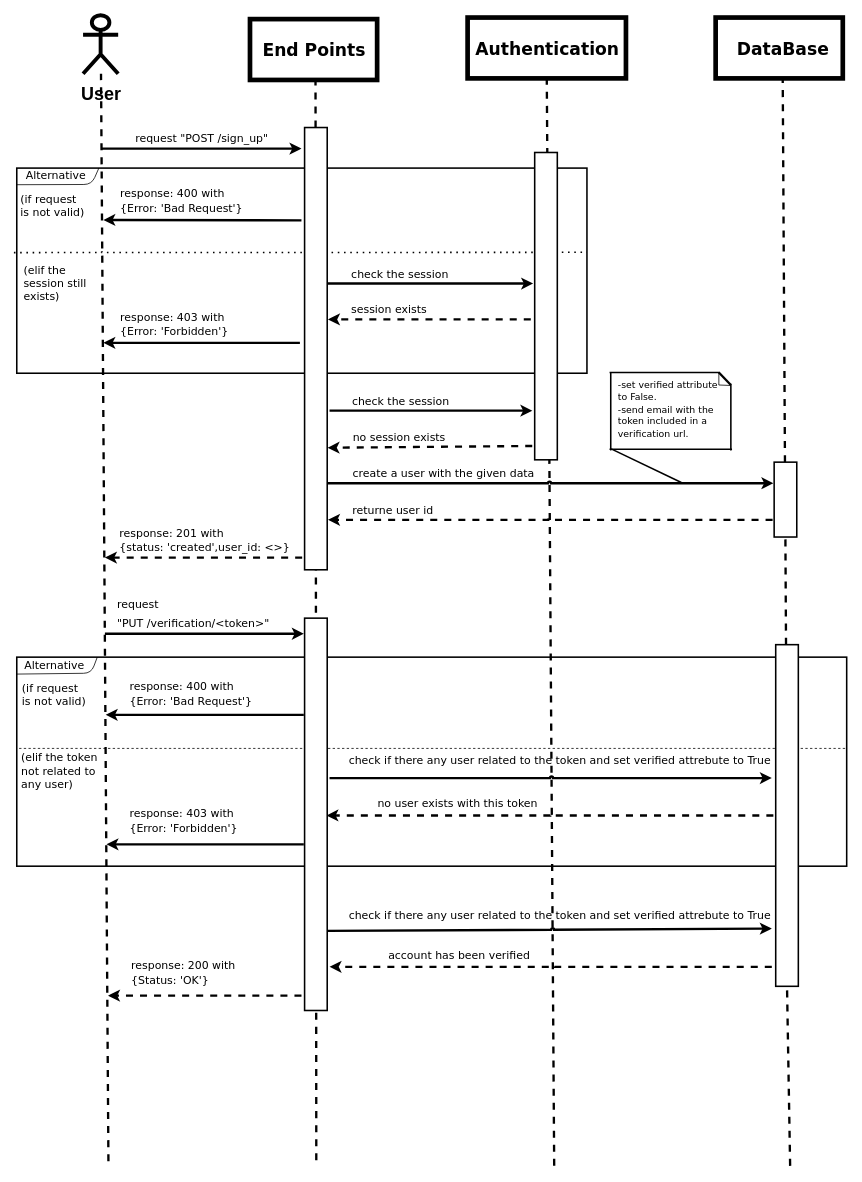
Before: UML/sequence_diaram/diagram.dio in Kolapo-code/Booker, a draw.io diagram. Source tidied: cells renumbered, new cells numbered last; positions are measured from the earlier drawing's top-left corner, leaving out a move shared by most shapes. Both pictures are drawn from the tidied source at 78%, with x=0, y=0 at pixel (16, 15).
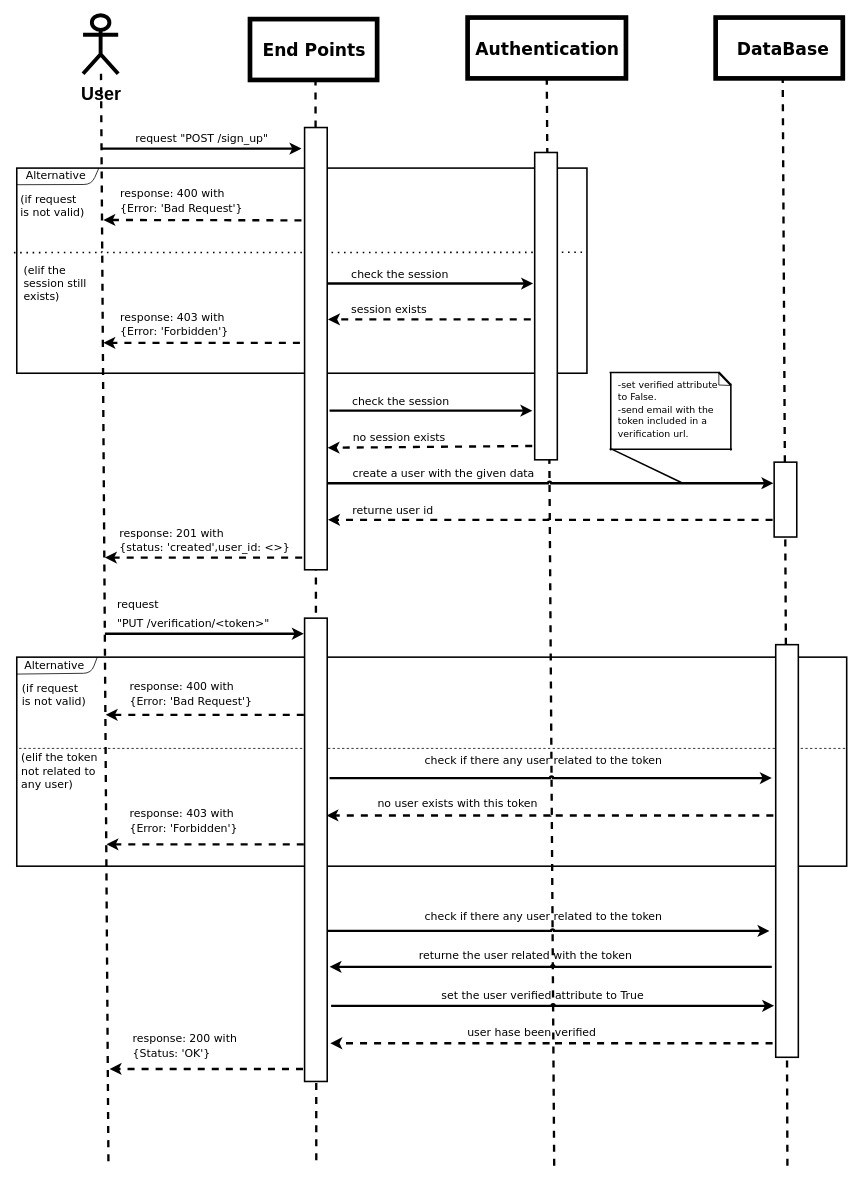
The same diagram, later.

Commit message (it also covers changes not shown here):
add additional descriptions

Unchanged cells that the change refers to:
```xml
<mxCell id="35" style="rounded=0;whiteSpace=wrap;html=1;strokeColor=#000000;strokeWidth=2;fontFamily=Verdana;fontSize=14;fontColor=#000000;fillColor=#FFFFFF;" parent="1" vertex="1">
  <mxGeometry x="664" y="176" width="29" height="394" as="geometry" />
</mxCell>
<mxCell id="43" style="rounded=0;whiteSpace=wrap;html=1;strokeColor=#000000;strokeWidth=2;fontFamily=Verdana;fontSize=14;fontColor=#000000;fillColor=#FFFFFF;" parent="1" vertex="1">
  <mxGeometry x="369" y="144" width="29" height="567" as="geometry" />
</mxCell>
```

The edit, as a diff of the source:
```diff
@@
-    <mxCell id="15" style="endArrow=classic;html=1;rounded=1;strokeColor=#000000;strokeWidth=3;fontFamily=Verdana;fontSize=14;fontColor=#000000;jumpStyle=arc;jumpSize=0;" parent="1" edge="1">
+    <mxCell id="15" style="endArrow=classic;html=1;rounded=1;strokeColor=#000000;strokeWidth=3;fontFamily=Verdana;fontSize=14;fontColor=#000000;jumpStyle=arc;jumpSize=0;dashed=1;" parent="1" edge="1">
       <mxGeometry relative="1" as="geometry">
         <mxPoint x="363" y="420" as="sourcePoint" />
         <mxPoint x="111" y="420" as="targetPoint" />
       </mxGeometry>
     </mxCell>
@@
-    <mxCell id="21" style="endArrow=classic;html=1;rounded=1;strokeColor=#000000;strokeWidth=3;fontFamily=Verdana;fontSize=14;fontColor=#000000;jumpStyle=arc;jumpSize=0;" parent="1" edge="1">
+    <mxCell id="21" style="endArrow=classic;html=1;rounded=1;strokeColor=#000000;strokeWidth=3;fontFamily=Verdana;fontSize=14;fontColor=#000000;jumpStyle=arc;jumpSize=0;dashed=1;" parent="1" edge="1">
       <mxGeometry relative="1" as="geometry">
         <mxPoint x="365" y="263" as="sourcePoint" />
         <mxPoint x="111" y="262.5" as="targetPoint" />
       </mxGeometry>
     </mxCell>
@@
-    <mxCell id="31" style="endArrow=classic;html=1;rounded=1;strokeColor=#000000;strokeWidth=3;fontFamily=Verdana;fontSize=14;fontColor=#000000;jumpStyle=arc;jumpSize=0;dashed=1;exitX=-0.108;exitY=0.955;exitDx=0;exitDy=0;exitPerimeter=0;entryX=1.016;entryY=0.724;entryDx=0;entryDy=0;entryPerimeter=0;" parent="1" edge="1" source="35" target="43">
+    <mxCell id="31" style="endArrow=classic;html=1;rounded=1;strokeColor=#000000;strokeWidth=3;fontFamily=Verdana;fontSize=14;fontColor=#000000;jumpStyle=arc;jumpSize=0;exitX=-0.108;exitY=0.955;exitDx=0;exitDy=0;exitPerimeter=0;entryX=1.016;entryY=0.724;entryDx=0;entryDy=0;entryPerimeter=0;dashed=1;" parent="1" edge="1" source="35" target="43">
       <mxGeometry relative="1" as="geometry" />
     </mxCell>
@@
-    <mxCell id="60" style="endArrow=classic;html=1;rounded=1;strokeColor=#000000;strokeWidth=3;fontFamily=Verdana;fontSize=14;fontColor=#000000;jumpStyle=arc;jumpSize=0;" parent="1" edge="1">
+    <mxCell id="60" style="endArrow=classic;html=1;rounded=1;strokeColor=#000000;strokeWidth=3;fontFamily=Verdana;fontSize=14;fontColor=#000000;jumpStyle=arc;jumpSize=0;dashed=1;" parent="1" edge="1">
       <mxGeometry relative="1" as="geometry">
         <mxPoint x="368" y="897" as="sourcePoint" />
         <mxPoint x="114" y="897" as="targetPoint" />
       </mxGeometry>
     </mxCell>
@@
-    <mxCell id="62" style="endArrow=classic;html=1;rounded=1;strokeColor=#000000;strokeWidth=3;fontFamily=Verdana;fontSize=14;fontColor=#000000;jumpStyle=arc;jumpSize=0;" parent="1" edge="1">
+    <mxCell id="62" style="endArrow=classic;html=1;rounded=1;strokeColor=#000000;strokeWidth=3;fontFamily=Verdana;fontSize=14;fontColor=#000000;jumpStyle=arc;jumpSize=0;dashed=1;" parent="1" edge="1">
       <mxGeometry relative="1" as="geometry">
         <mxPoint x="368" y="1063" as="sourcePoint" />
         <mxPoint x="115" y="1063" as="targetPoint" />
       </mxGeometry>
     </mxCell>
@@
-    <mxCell id="66" value="&lt;font face=&quot;Verdana&quot;&gt;&lt;span style=&quot;font-size: 14px;&quot;&gt;check if there any user related to the token and set verified attrebute to True&lt;/span&gt;&lt;/font&gt;" style="text;html=1;align=center;verticalAlign=middle;strokeColor=none;fillColor=none;fontSize=22;fontColor=#000000;" parent="1" vertex="1">
-      <mxGeometry x="414" y="934" width="563" height="39" as="geometry" />
+    <mxCell id="66" value="&lt;font face=&quot;Verdana&quot;&gt;&lt;span style=&quot;font-size: 14px;&quot;&gt;check if there any user related to the token&lt;/span&gt;&lt;/font&gt;" style="text;html=1;align=center;verticalAlign=middle;strokeColor=none;fillColor=none;fontSize=22;fontColor=#000000;" parent="1" vertex="1">
+      <mxGeometry x="513" y="934" width="324" height="39" as="geometry" />
     </mxCell>
@@
     <mxCell id="70" style="endArrow=classic;html=1;rounded=1;strokeColor=#000000;strokeWidth=3;fontSize=22;fontColor=#000000;jumpStyle=arc;jumpSize=0;" parent="1" edge="1">
       <mxGeometry relative="1" as="geometry">
         <mxPoint x="397" y="1174" as="sourcePoint" />
-        <mxPoint x="968" y="1171" as="targetPoint" />
+        <mxPoint x="965" y="1174" as="targetPoint" />
       </mxGeometry>
     </mxCell>
-    <mxCell id="71" value="&lt;font face=&quot;Verdana&quot;&gt;&lt;span style=&quot;font-size: 14px;&quot;&gt;check if there any user related to the token and set verified attrebute to True&lt;/span&gt;&lt;/font&gt;" style="text;html=1;align=center;verticalAlign=middle;strokeColor=none;fillColor=none;fontSize=22;fontColor=#000000;" parent="1" vertex="1">
-      <mxGeometry x="414" y="1132" width="563" height="39" as="geometry" />
+    <mxCell id="71" value="&lt;font face=&quot;Verdana&quot;&gt;&lt;span style=&quot;font-size: 14px;&quot;&gt;check if there any user related to the token&lt;/span&gt;&lt;/font&gt;" style="text;html=1;align=center;verticalAlign=middle;strokeColor=none;fillColor=none;fontSize=22;fontColor=#000000;" parent="1" vertex="1">
+      <mxGeometry x="513" y="1133" width="324" height="39" as="geometry" />
     </mxCell>
-    <mxCell id="72" value="&lt;font face=&quot;Verdana&quot;&gt;&lt;span style=&quot;font-size: 14px;&quot;&gt;account has been verified&lt;/span&gt;&lt;/font&gt;" style="text;html=1;align=center;verticalAlign=middle;strokeColor=none;fillColor=none;fontSize=22;fontColor=#000000;" parent="1" vertex="1">
-      <mxGeometry x="468" y="1183" width="198" height="39" as="geometry" />
+    <mxCell id="72" value="&lt;font face=&quot;Verdana&quot;&gt;&lt;span style=&quot;font-size: 14px;&quot;&gt;returne the user related with the token&lt;/span&gt;&lt;/font&gt;" style="text;html=1;align=center;verticalAlign=middle;strokeColor=none;fillColor=none;fontSize=22;fontColor=#000000;" parent="1" vertex="1">
+      <mxGeometry x="505" y="1184" width="293" height="39" as="geometry" />
     </mxCell>
-    <mxCell id="73" style="endArrow=classic;html=1;rounded=1;strokeColor=#000000;strokeWidth=3;fontFamily=Verdana;fontSize=14;fontColor=#000000;jumpStyle=arc;jumpSize=0;dashed=1;" parent="1" edge="1">
+    <mxCell id="73" style="endArrow=classic;html=1;rounded=1;strokeColor=#000000;strokeWidth=3;fontFamily=Verdana;fontSize=14;fontColor=#000000;jumpStyle=arc;jumpSize=0;" parent="1" edge="1">
       <mxGeometry relative="1" as="geometry">
         <mxPoint x="968" y="1220" as="sourcePoint" />
         <mxPoint x="401" y="1220" as="targetPoint" />
       </mxGeometry>
     </mxCell>
     <mxCell id="74" value="&lt;p style=&quot;line-height: 70%;&quot;&gt;&lt;font style=&quot;font-size: 14px;&quot; face=&quot;Verdana&quot;&gt;response: 200 with&lt;br&gt;{Status&lt;/font&gt;&lt;span style=&quot;background-color: initial; font-family: Verdana; font-size: 14px;&quot;&gt;: 'OK'}&amp;nbsp;&lt;/span&gt;&lt;/p&gt;" style="text;html=1;align=left;verticalAlign=middle;strokeColor=none;fillColor=none;fontSize=22;fontColor=#000000;" parent="1" vertex="1">
-      <mxGeometry x="145" y="1180" width="154" height="91" as="geometry" />
+      <mxGeometry x="147" y="1274" width="154" height="91" as="geometry" />
     </mxCell>
     <mxCell id="75" style="endArrow=classic;html=1;rounded=1;strokeColor=#000000;strokeWidth=3;fontFamily=Verdana;fontSize=14;fontColor=#000000;jumpStyle=arc;jumpSize=0;dashed=1;" parent="1" edge="1">
       <mxGeometry relative="1" as="geometry">
-        <mxPoint x="365" y="1257" as="sourcePoint" />
-        <mxPoint x="117" y="1257" as="targetPoint" />
+        <mxPoint x="367" y="1351" as="sourcePoint" />
+        <mxPoint x="119" y="1351" as="targetPoint" />
       </mxGeometry>
     </mxCell>
     <mxCell id="76" style="rounded=0;whiteSpace=wrap;html=1;strokeColor=#000000;strokeWidth=2;fontFamily=Verdana;fontSize=14;fontColor=#000000;fillColor=#FFFFFF;" parent="1" vertex="1">
-      <mxGeometry x="369" y="773" width="29" height="503" as="geometry" />
+      <mxGeometry x="369" y="773" width="29" height="594" as="geometry" />
     </mxCell>
     <mxCell id="77" style="endArrow=none;dashed=1;html=1;entryX=0.5;entryY=1;entryDx=0;entryDy=0;rounded=1;jumpSize=0;strokeWidth=3;jumpStyle=arc;strokeColor=#000000;" parent="1" edge="1" target="78">
       <mxGeometry relative="1" as="geometry">
-        <mxPoint x="991.5" y="1475.2" as="sourcePoint" />
+        <mxPoint x="988" y="1475" as="sourcePoint" />
       </mxGeometry>
     </mxCell>
     <mxCell id="78" style="rounded=0;whiteSpace=wrap;html=1;strokeColor=#000000;strokeWidth=2;fontFamily=Verdana;fontSize=14;fontColor=#000000;fillColor=#FFFFFF;" parent="1" vertex="1">
-      <mxGeometry x="973" y="807" width="29" height="438" as="geometry" />
+      <mxGeometry x="973" y="807" width="29" height="529" as="geometry" />
     </mxCell>
+    <mxCell id="79" value="&lt;font face=&quot;Verdana&quot;&gt;&lt;span style=&quot;font-size: 14px;&quot;&gt;set the user verified attribute to True&lt;/span&gt;&lt;/font&gt;" style="text;html=1;align=center;verticalAlign=middle;strokeColor=none;fillColor=none;fontSize=22;fontColor=#000000;" parent="1" vertex="1">
+      <mxGeometry x="534" y="1235" width="279" height="39" as="geometry" />
+    </mxCell>
+    <mxCell id="80" style="endArrow=classic;html=1;rounded=1;strokeColor=#000000;strokeWidth=3;fontSize=22;fontColor=#000000;jumpStyle=arc;jumpSize=0;" parent="1" edge="1">
+      <mxGeometry relative="1" as="geometry">
+        <mxPoint x="403" y="1270" as="sourcePoint" />
+        <mxPoint x="971" y="1270" as="targetPoint" />
+      </mxGeometry>
+    </mxCell>
+    <mxCell id="81" style="endArrow=classic;html=1;rounded=1;strokeColor=#000000;strokeWidth=3;fontFamily=Verdana;fontSize=14;fontColor=#000000;jumpStyle=arc;jumpSize=0;dashed=1;" parent="1" edge="1">
+      <mxGeometry relative="1" as="geometry">
+        <mxPoint x="969" y="1318" as="sourcePoint" />
+        <mxPoint x="402" y="1318" as="targetPoint" />
+      </mxGeometry>
+    </mxCell>
+    <mxCell id="82" value="&lt;font face=&quot;Verdana&quot;&gt;&lt;span style=&quot;font-size: 14px;&quot;&gt;user hase been verified&lt;/span&gt;&lt;/font&gt;" style="text;html=1;align=center;verticalAlign=middle;strokeColor=none;fillColor=none;fontSize=22;fontColor=#000000;" parent="1" vertex="1">
+      <mxGeometry x="568" y="1282" width="183" height="39" as="geometry" />
+    </mxCell>
```
